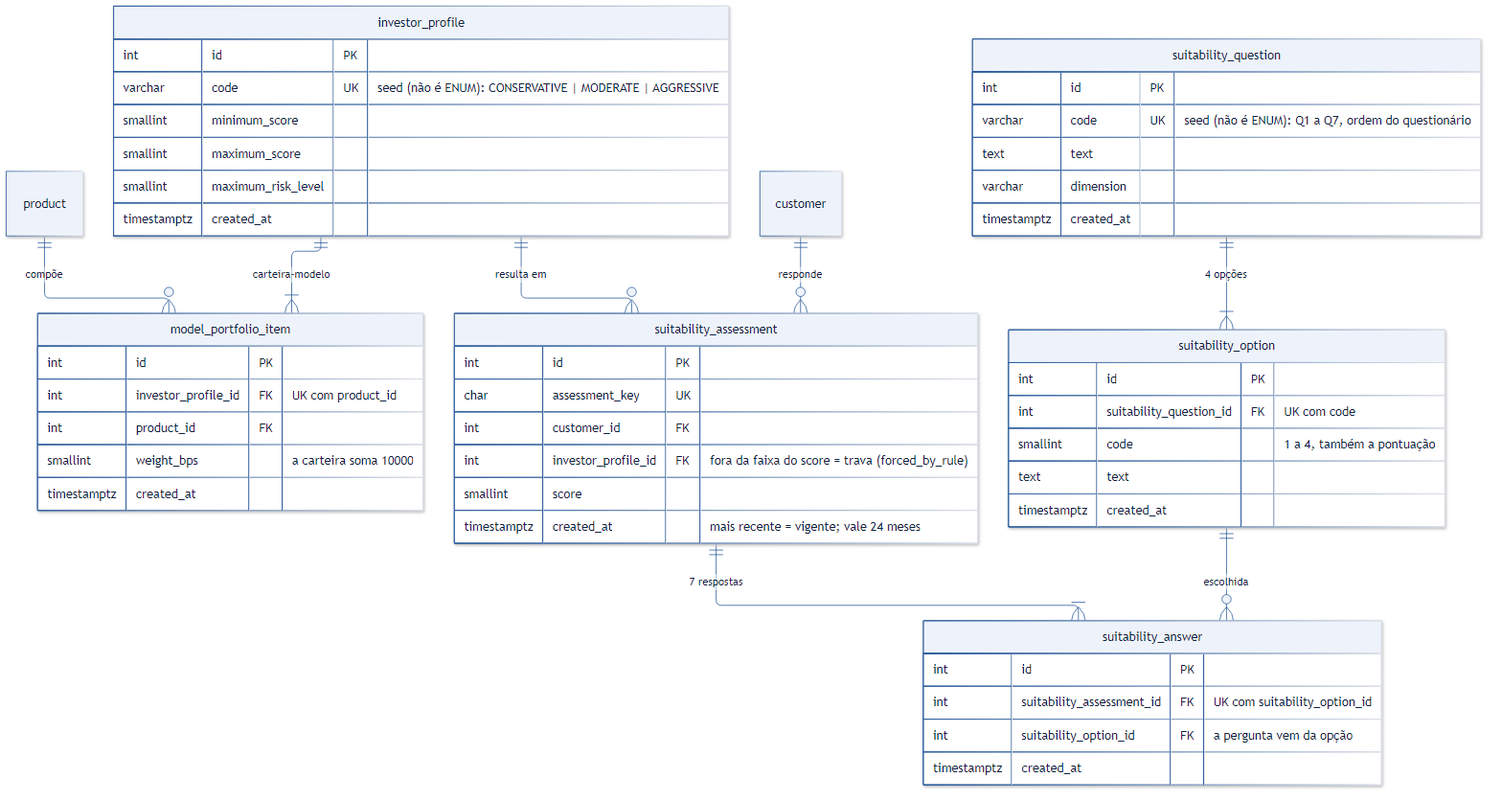
The Mermaid diagram docs/diagramas/er-perfil-e-carteira.png in heluylucas/bootcamp-qi-tech-presidas-, before a commit. Its source is kept beside it as docs/diagramas/er-perfil-e-carteira.mmd.
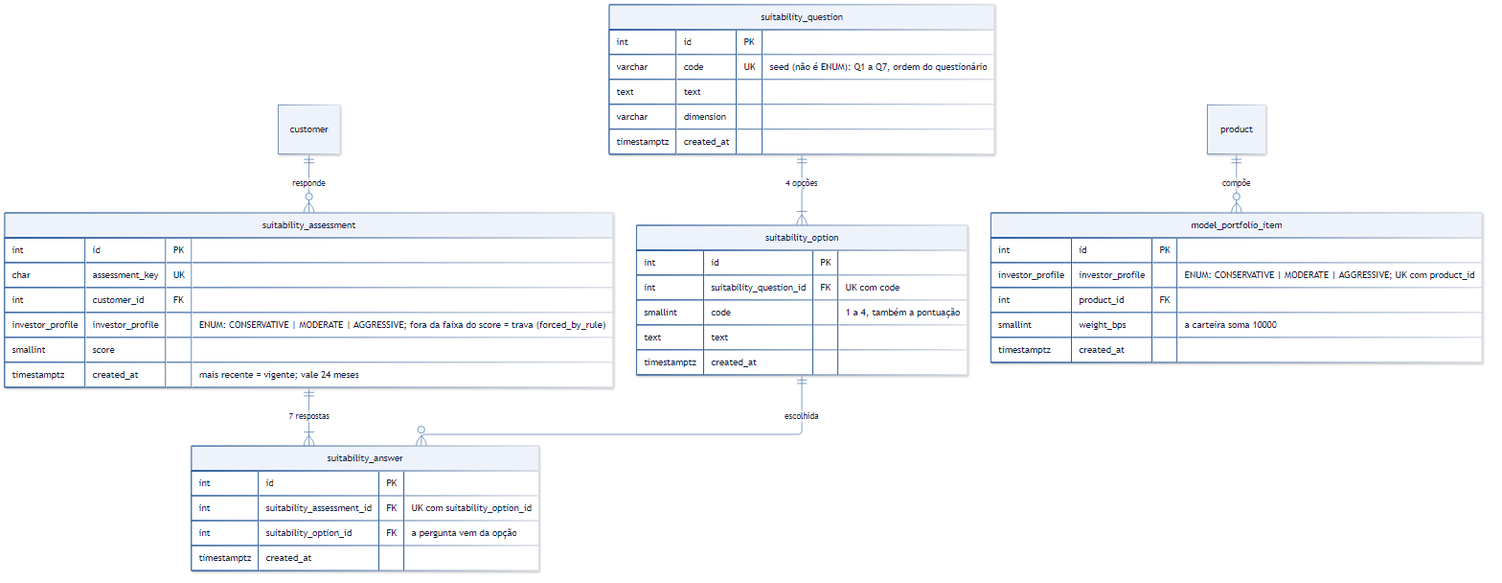
The same diagram one commit later.

Commit message:
:fire: remove: investor-profile-table

The edit, as a diff of the source:
```diff
@@ -18,11 +18,9 @@
 ---
 erDiagram
     customer ||--o{ suitability_assessment : "responde"
-    investor_profile ||--o{ suitability_assessment : "resulta em"
     suitability_assessment ||--|{ suitability_answer : "7 respostas"
     suitability_question ||--|{ suitability_option : "4 opções"
     suitability_option ||--o{ suitability_answer : "escolhida"
-    investor_profile ||--|{ model_portfolio_item : "carteira-modelo"
     product ||--o{ model_portfolio_item : "compõe"
 
     suitability_question {
@@ -39,19 +37,11 @@
         text text
         timestamptz created_at
     }
-    investor_profile {
-        int id PK
-        varchar code UK "seed (não é ENUM): CONSERVATIVE | MODERATE | AGGRESSIVE"
-        smallint minimum_score
-        smallint maximum_score
-        smallint maximum_risk_level
-        timestamptz created_at
-    }
     suitability_assessment {
         int id PK
         char assessment_key UK
         int customer_id FK
-        int investor_profile_id FK "fora da faixa do score = trava (forced_by_rule)"
+        investor_profile investor_profile "ENUM: CONSERVATIVE | MODERATE | AGGRESSIVE; fora da faixa do score = trava (forced_by_rule)"
         smallint score
         timestamptz created_at "mais recente = vigente; vale 24 meses"
     }
@@ -63,7 +53,7 @@
     }
     model_portfolio_item {
         int id PK
-        int investor_profile_id FK "UK com product_id"
+        investor_profile investor_profile "ENUM: CONSERVATIVE | MODERATE | AGGRESSIVE; UK com product_id"
         int product_id FK
         smallint weight_bps "a carteira soma 10000"
         timestamptz created_at
```
